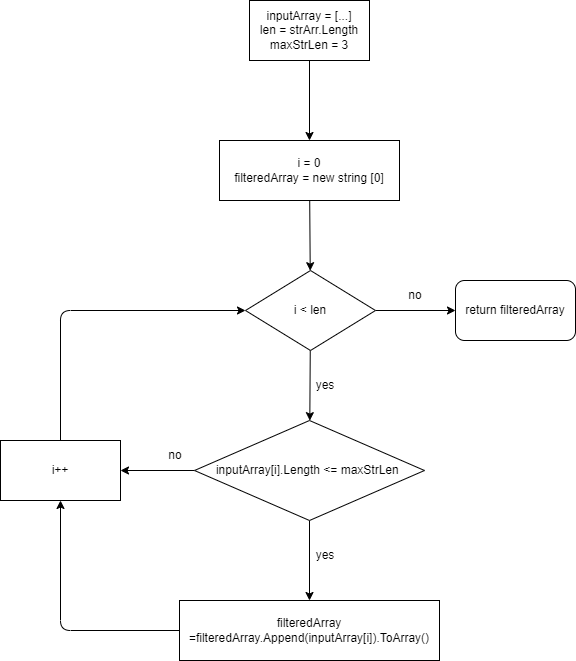
Above: diagram.drawio.png in Krooper/C-Sharp-Basics-final-task (draw.io), before the change. Source tidied: cells renumbered, new cells last; positions are measured from the earlier drawing's top-left corner, leaving out a move shared by most shapes.
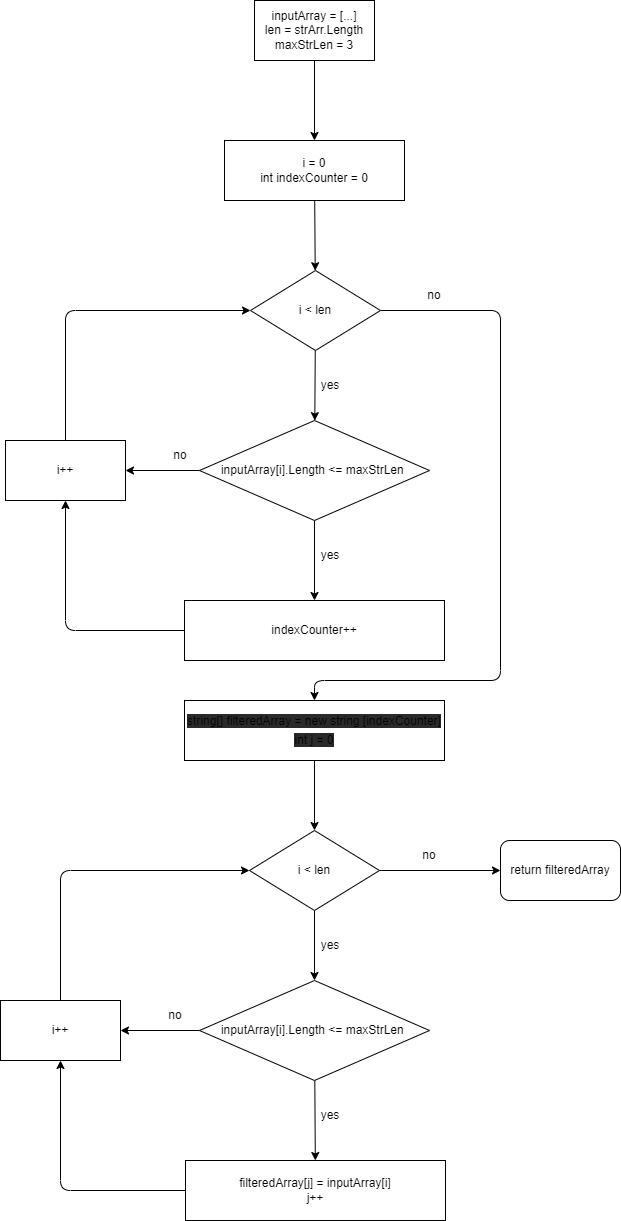
After the change.

Commit message:
changed the ArrayElementFilter method and modified diagram and readme files so that they all were up-to-date

Diff of the diagram source:
```diff
@@ -11,23 +11,29 @@
     <mxCell id="4" style="edgeStyle=none;html=1;" parent="1" edge="1" source="5" target="8">
       <mxGeometry relative="1" as="geometry" />
     </mxCell>
-    <mxCell id="5" value="i = 0&lt;br&gt;filteredArray = new string [0]" style="whiteSpace=wrap;html=1;rounded=0;" parent="1" vertex="1">
+    <mxCell id="5" value="i = 0&lt;br&gt;int indexCounter = 0" style="whiteSpace=wrap;html=1;rounded=0;" parent="1" vertex="1">
       <mxGeometry x="219" y="140" width="180" height="60" as="geometry" />
     </mxCell>
-    <mxCell id="6" style="edgeStyle=none;html=1;entryX=0;entryY=0.5;entryDx=0;entryDy=0;" parent="1" edge="1" source="8" target="9">
-      <mxGeometry relative="1" as="geometry" />
-    </mxCell>
     <mxCell id="7" style="edgeStyle=none;html=1;" parent="1" edge="1" source="8" target="13">
       <mxGeometry relative="1" as="geometry" />
     </mxCell>
+    <mxCell id="21" style="edgeStyle=none;html=1;exitX=1;exitY=0.5;exitDx=0;exitDy=0;fontFamily=Helvetica;entryX=0.5;entryY=0;entryDx=0;entryDy=0;" parent="1" edge="1" source="8" target="22">
+      <mxGeometry relative="1" as="geometry">
+        <Array as="points">
+          <mxPoint x="495" y="310" />
+          <mxPoint x="495" y="680" />
+          <mxPoint x="309" y="680" />
+        </Array>
+      </mxGeometry>
+    </mxCell>
     <mxCell id="8" value="i &amp;lt; len" style="rhombus;whiteSpace=wrap;html=1;rounded=0;" parent="1" vertex="1">
       <mxGeometry x="245" y="270" width="130" height="80" as="geometry" />
     </mxCell>
     <mxCell id="9" value="return filteredArray" style="rounded=1;whiteSpace=wrap;html=1;" parent="1" vertex="1">
-      <mxGeometry x="455" y="280" width="120" height="60" as="geometry" />
+      <mxGeometry x="495" y="840" width="120" height="60" as="geometry" />
     </mxCell>
     <mxCell id="10" value="no" style="text;html=1;strokeColor=none;fillColor=none;align=center;verticalAlign=middle;whiteSpace=wrap;rounded=0;" parent="1" vertex="1">
-      <mxGeometry x="385" y="280" width="60" height="30" as="geometry" />
+      <mxGeometry x="399" y="280" width="60" height="30" as="geometry" />
     </mxCell>
     <mxCell id="11" style="edgeStyle=none;html=1;" parent="1" edge="1" source="13" target="16">
       <mxGeometry relative="1" as="geometry" />
@@ -61,11 +67,67 @@
         </Array>
       </mxGeometry>
     </mxCell>
-    <mxCell id="19" value="filteredArray =filteredArray.Append(inputArray[i]).ToArray()" style="whiteSpace=wrap;html=1;rounded=0;" parent="1" vertex="1">
+    <mxCell id="19" value="indexCounter++" style="whiteSpace=wrap;html=1;rounded=0;" parent="1" vertex="1">
       <mxGeometry x="179" y="600" width="260" height="60" as="geometry" />
     </mxCell>
     <mxCell id="20" value="yes" style="text;html=1;strokeColor=none;fillColor=none;align=center;verticalAlign=middle;whiteSpace=wrap;rounded=0;" parent="1" vertex="1">
       <mxGeometry x="295" y="540" width="60" height="30" as="geometry" />
     </mxCell>
+    <mxCell id="22" value="&lt;div style=&quot;line-height: 19px&quot;&gt;&lt;div&gt;&lt;span style=&quot;background-color: rgb(42 , 42 , 42)&quot;&gt;string[] filteredArray = new string [indexCounter]&lt;/span&gt;&lt;/div&gt;&lt;div&gt;&lt;span style=&quot;background-color: rgb(42 , 42 , 42)&quot;&gt;int j = 0&lt;/span&gt;&lt;/div&gt;&lt;/div&gt;" style="rounded=0;whiteSpace=wrap;html=1;" parent="1" vertex="1">
+      <mxGeometry x="179" y="700" width="260" height="60" as="geometry" />
+    </mxCell>
+    <mxCell id="23" style="edgeStyle=none;html=1;exitX=0.5;exitY=1;exitDx=0;exitDy=0;" parent="1" edge="1" source="22" target="26">
+      <mxGeometry relative="1" as="geometry" />
+    </mxCell>
+    <mxCell id="24" style="edgeStyle=none;html=1;" parent="1" edge="1" source="26" target="30">
+      <mxGeometry relative="1" as="geometry" />
+    </mxCell>
+    <mxCell id="25" style="edgeStyle=none;html=1;exitX=1;exitY=0.5;exitDx=0;exitDy=0;entryX=0;entryY=0.5;entryDx=0;entryDy=0;fontFamily=Helvetica;" parent="1" edge="1" source="26" target="9">
+      <mxGeometry relative="1" as="geometry" />
+    </mxCell>
+    <mxCell id="26" value="i &amp;lt; len" style="rhombus;whiteSpace=wrap;html=1;rounded=0;" parent="1" vertex="1">
+      <mxGeometry x="244" y="830" width="130" height="80" as="geometry" />
+    </mxCell>
+    <mxCell id="27" value="no" style="text;html=1;strokeColor=none;fillColor=none;align=center;verticalAlign=middle;whiteSpace=wrap;rounded=0;" parent="1" vertex="1">
+      <mxGeometry x="394" y="840" width="60" height="30" as="geometry" />
+    </mxCell>
+    <mxCell id="28" style="edgeStyle=none;html=1;entryX=1;entryY=0.5;entryDx=0;entryDy=0;" parent="1" edge="1" source="30" target="37">
+      <mxGeometry relative="1" as="geometry" />
+    </mxCell>
+    <mxCell id="29" style="edgeStyle=none;html=1;" parent="1" edge="1" source="30" target="35">
+      <mxGeometry relative="1" as="geometry" />
+    </mxCell>
+    <mxCell id="30" value="inputArray[i].Length &amp;lt;= maxStrLen&amp;nbsp;" style="rhombus;whiteSpace=wrap;html=1;rounded=0;" parent="1" vertex="1">
+      <mxGeometry x="194" y="980" width="230" height="100" as="geometry" />
+    </mxCell>
+    <mxCell id="31" value="yes" style="text;html=1;strokeColor=none;fillColor=none;align=center;verticalAlign=middle;whiteSpace=wrap;rounded=0;" parent="1" vertex="1">
+      <mxGeometry x="295" y="930" width="60" height="30" as="geometry" />
+    </mxCell>
+    <mxCell id="32" style="edgeStyle=none;html=1;exitX=0.5;exitY=0;exitDx=0;exitDy=0;entryX=0;entryY=0.5;entryDx=0;entryDy=0;" parent="1" edge="1" source="37" target="26">
+      <mxGeometry relative="1" as="geometry">
+        <Array as="points">
+          <mxPoint x="55" y="870" />
+        </Array>
+      </mxGeometry>
+    </mxCell>
+    <mxCell id="33" value="no" style="text;html=1;strokeColor=none;fillColor=none;align=center;verticalAlign=middle;whiteSpace=wrap;rounded=0;" parent="1" vertex="1">
+      <mxGeometry x="140" y="1000" width="60" height="30" as="geometry" />
+    </mxCell>
+    <mxCell id="34" style="edgeStyle=none;html=1;entryX=0.5;entryY=1;entryDx=0;entryDy=0;" parent="1" edge="1" source="35" target="37">
+      <mxGeometry relative="1" as="geometry">
+        <Array as="points">
+          <mxPoint x="55" y="1190" />
+        </Array>
+      </mxGeometry>
+    </mxCell>
+    <mxCell id="35" value="filteredArray[j] = inputArray[i]&lt;br&gt;j++" style="whiteSpace=wrap;html=1;rounded=0;" parent="1" vertex="1">
+      <mxGeometry x="180" y="1160" width="260" height="60" as="geometry" />
+    </mxCell>
+    <mxCell id="36" value="yes" style="text;html=1;strokeColor=none;fillColor=none;align=center;verticalAlign=middle;whiteSpace=wrap;rounded=0;" parent="1" vertex="1">
+      <mxGeometry x="295" y="1100" width="60" height="30" as="geometry" />
+    </mxCell>
+    <mxCell id="37" value="i++" style="whiteSpace=wrap;html=1;rounded=0;" parent="1" vertex="1">
+      <mxGeometry x="-5" y="1000" width="120" height="60" as="geometry" />
+    </mxCell>
   </root>
 </mxGraphModel>
```
